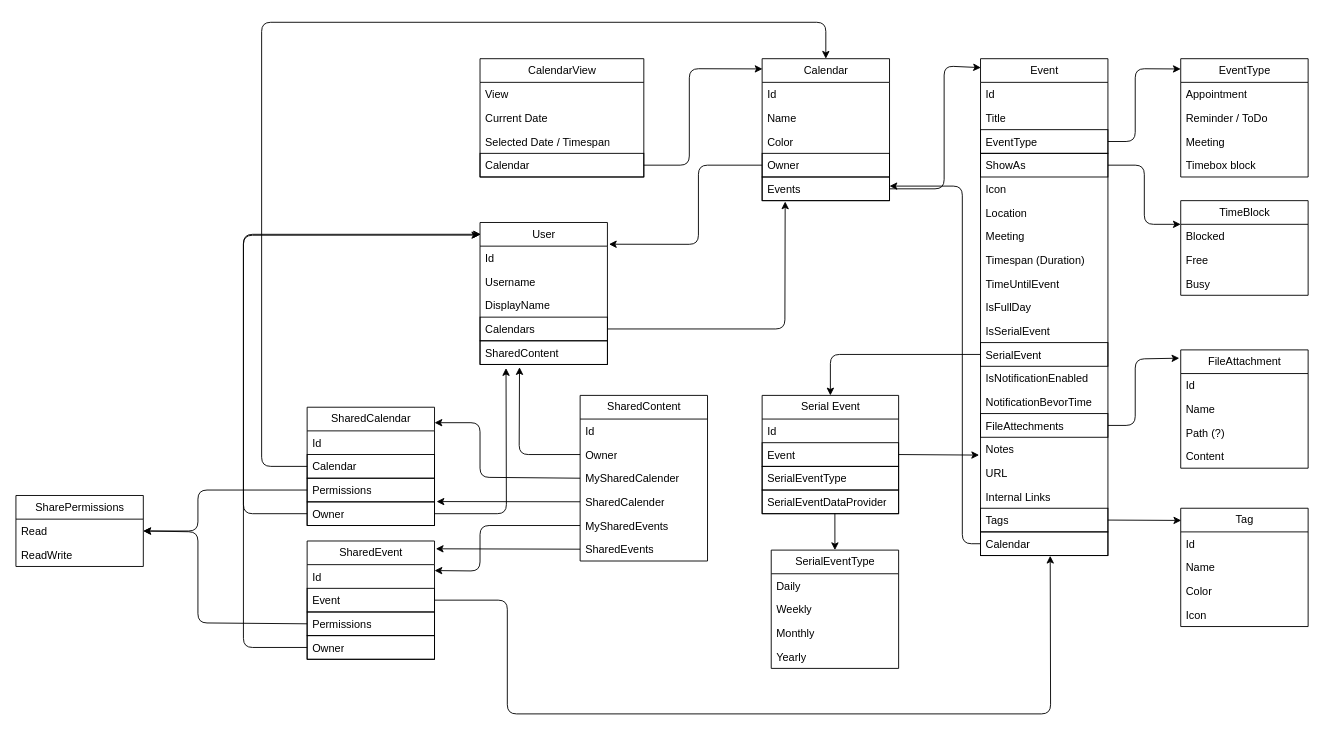
Earlier version of the draw.io diagram page "Domain" (1 of 2) of Architecture/Domains/Calendar.drawio (TodoXpress/Documentation). Source tidied: cells renumbered, new cells numbered last; positions are measured from the earlier drawing's top-left corner, leaving out a move shared by most shapes. Both pictures are drawn from the tidied source at 91%, with x=0, y=0 at pixel (15, 22).
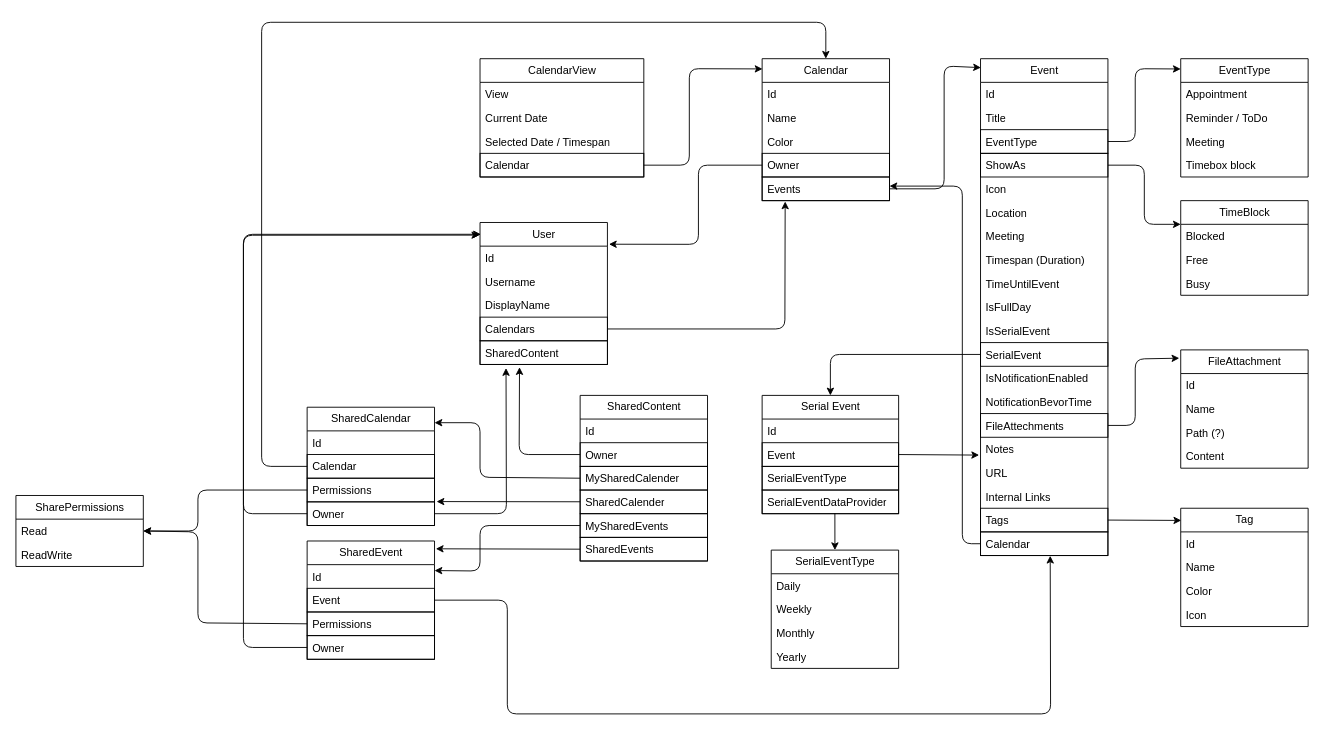
The same page after the edit.

The change refers to these unchanged cells:
```xml
<mxCell id="81" value="SharedContent" style="swimlane;fontStyle=0;horizontal=1;startSize=26;fillColor=none;html=1;strokeColor=default;" parent="1" vertex="1">
  <mxGeometry x="620" y="410" width="140" height="182" as="geometry" />
</mxCell>
```

Diff of the diagram source:
```diff
@@
-    <mxCell id="83" value="Owner" style="text;strokeColor=none;fillColor=none;align=left;verticalAlign=top;spacingLeft=4;spacingRight=4;overflow=hidden;points=[[0,0.5],[1,0.5]];portConstraint=eastwest;whiteSpace=wrap;html=1;" parent="81" vertex="1">
+    <mxCell id="83" value="Owner" style="text;strokeColor=default;fillColor=none;align=left;verticalAlign=top;spacingLeft=4;spacingRight=4;overflow=hidden;points=[[0,0.5],[1,0.5]];portConstraint=eastwest;whiteSpace=wrap;html=1;" parent="81" vertex="1">
       <mxGeometry y="52" width="140" height="26" as="geometry" />
     </mxCell>
-    <mxCell id="84" value="MySharedCalender" style="text;strokeColor=none;fillColor=none;align=left;verticalAlign=top;spacingLeft=4;spacingRight=4;overflow=hidden;points=[[0,0.5],[1,0.5]];portConstraint=eastwest;whiteSpace=wrap;html=1;" parent="81" vertex="1">
+    <mxCell id="84" value="MySharedCalender" style="text;strokeColor=default;fillColor=none;align=left;verticalAlign=top;spacingLeft=4;spacingRight=4;overflow=hidden;points=[[0,0.5],[1,0.5]];portConstraint=eastwest;whiteSpace=wrap;html=1;" parent="81" vertex="1">
       <mxGeometry y="78" width="140" height="26" as="geometry" />
     </mxCell>
-    <mxCell id="85" value="SharedCalender" style="text;strokeColor=none;fillColor=none;align=left;verticalAlign=top;spacingLeft=4;spacingRight=4;overflow=hidden;points=[[0,0.5],[1,0.5]];portConstraint=eastwest;whiteSpace=wrap;html=1;" parent="81" vertex="1">
+    <mxCell id="85" value="SharedCalender" style="text;strokeColor=default;fillColor=none;align=left;verticalAlign=top;spacingLeft=4;spacingRight=4;overflow=hidden;points=[[0,0.5],[1,0.5]];portConstraint=eastwest;whiteSpace=wrap;html=1;" parent="81" vertex="1">
       <mxGeometry y="104" width="140" height="26" as="geometry" />
     </mxCell>
-    <mxCell id="86" value="MySharedEvents" style="text;strokeColor=none;fillColor=none;align=left;verticalAlign=top;spacingLeft=4;spacingRight=4;overflow=hidden;points=[[0,0.5],[1,0.5]];portConstraint=eastwest;whiteSpace=wrap;html=1;" parent="81" vertex="1">
+    <mxCell id="86" value="MySharedEvents" style="text;strokeColor=default;fillColor=none;align=left;verticalAlign=top;spacingLeft=4;spacingRight=4;overflow=hidden;points=[[0,0.5],[1,0.5]];portConstraint=eastwest;whiteSpace=wrap;html=1;" parent="81" vertex="1">
       <mxGeometry y="130" width="140" height="26" as="geometry" />
     </mxCell>
-    <mxCell id="87" value="SharedEvents" style="text;strokeColor=none;fillColor=none;align=left;verticalAlign=top;spacingLeft=4;spacingRight=4;overflow=hidden;points=[[0,0.5],[1,0.5]];portConstraint=eastwest;whiteSpace=wrap;html=1;" parent="81" vertex="1">
+    <mxCell id="87" value="SharedEvents" style="text;strokeColor=default;fillColor=none;align=left;verticalAlign=top;spacingLeft=4;spacingRight=4;overflow=hidden;points=[[0,0.5],[1,0.5]];portConstraint=eastwest;whiteSpace=wrap;html=1;" parent="81" vertex="1">
       <mxGeometry y="156" width="140" height="26" as="geometry" />
     </mxCell>
```
